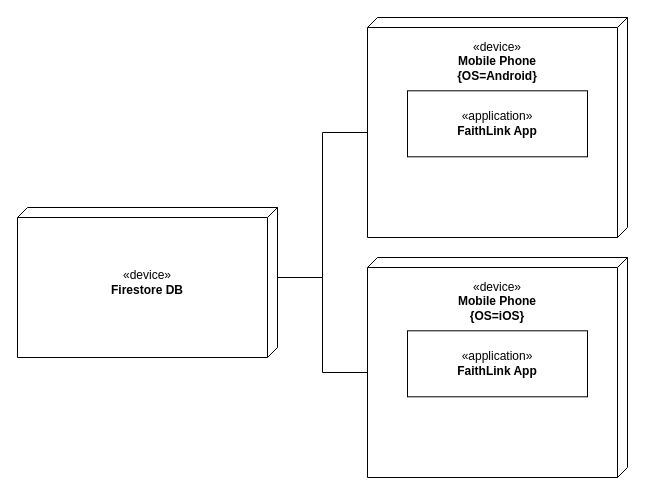
Before: page "Deployment" (1 of 2) of docs/wiki/DesignLab1.drawio in IsaiahSavage/faithlink-mvp, a draw.io diagram. Source tidied: cells renumbered, new cells numbered last; positions are measured from the earlier drawing's top-left corner, leaving out a move shared by most shapes. Both pictures are drawn from the tidied source at 100%, with x=0, y=0 at pixel (17, 17).
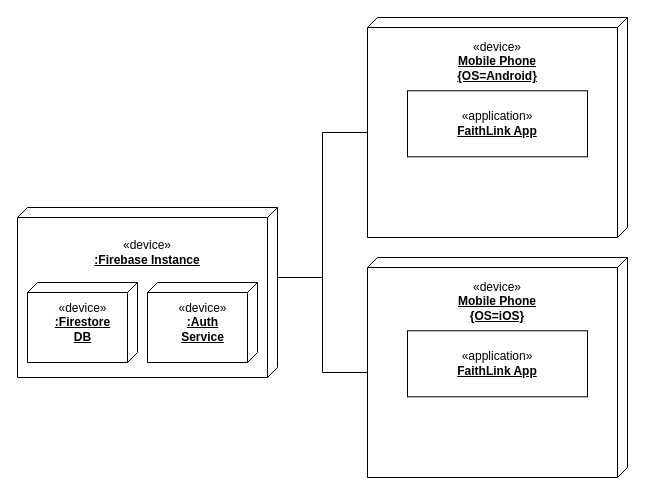
After the change.

Commit message:
include firebase auth service in deployment diagram

Unchanged cells that the change refers to:
```xml
<mxCell id="5" style="group;" parent="1" vertex="1">
  <mxGeometry x="350" width="260" height="220" as="geometry" />
</mxCell>
<mxCell id="9" style="group;" parent="1" vertex="1">
  <mxGeometry x="350" y="240" width="260" height="220" as="geometry" />
</mxCell>
```

What changed in the source:
```diff
@@
-    <mxCell id="2" style="group;" parent="1" vertex="1">
-      <mxGeometry y="190" width="260" height="150" as="geometry" />
+    <mxCell id="2" style="group;fontStyle=4;" parent="1" vertex="1">
+      <mxGeometry y="190" width="260" height="210" as="geometry" />
     </mxCell>
     <mxCell id="3" style="verticalAlign=top;align=left;spacingTop=8;spacingLeft=2;spacingRight=12;shape=cube;size=10;direction=south;fontStyle=4;html=1;rounded=0;shadow=0;comic=0;labelBackgroundColor=none;strokeWidth=1;fontFamily=Verdana;fontSize=12;" parent="2" vertex="1">
-      <mxGeometry width="260" height="150" as="geometry" />
+      <mxGeometry width="260" height="170" as="geometry" />
     </mxCell>
-    <mxCell id="4" value="«device»&lt;br&gt;&lt;b&gt;Firestore DB&lt;/b&gt;" style="html=1;whiteSpace=wrap;strokeColor=none;" parent="2" vertex="1">
-      <mxGeometry x="75" y="50" width="110" height="50" as="geometry" />
+    <mxCell id="4" value="«device»&lt;br&gt;&lt;b&gt;&lt;u&gt;:Firebase Instance&lt;/u&gt;&lt;/b&gt;" style="html=1;whiteSpace=wrap;strokeColor=none;" parent="2" vertex="1">
+      <mxGeometry x="75" y="20" width="110" height="50" as="geometry" />
     </mxCell>
+    <mxCell id="15" style="group;" parent="2" vertex="1">
+      <mxGeometry x="10" y="75" width="110" height="80" as="geometry" />
+    </mxCell>
+    <mxCell id="16" style="verticalAlign=top;align=left;spacingTop=8;spacingLeft=2;spacingRight=12;shape=cube;size=10;direction=south;fontStyle=4;html=1;rounded=0;shadow=0;comic=0;labelBackgroundColor=none;strokeWidth=1;fontFamily=Verdana;fontSize=12;" parent="15" vertex="1">
+      <mxGeometry width="110" height="80" as="geometry" />
+    </mxCell>
+    <mxCell id="17" value="«device»&lt;br&gt;&lt;b&gt;&lt;u&gt;:Firestore DB&lt;/u&gt;&lt;/b&gt;" style="html=1;whiteSpace=wrap;strokeColor=none;" parent="15" vertex="1">
+      <mxGeometry x="31.7" y="26.7" width="46.5" height="26.7" as="geometry" />
+    </mxCell>
+    <mxCell id="18" style="group;" parent="2" vertex="1">
+      <mxGeometry x="130" y="75" width="110" height="80" as="geometry" />
+    </mxCell>
+    <mxCell id="19" style="verticalAlign=top;align=left;spacingTop=8;spacingLeft=2;spacingRight=12;shape=cube;size=10;direction=south;fontStyle=4;html=1;rounded=0;shadow=0;comic=0;labelBackgroundColor=none;strokeWidth=1;fontFamily=Verdana;fontSize=12;" parent="18" vertex="1">
+      <mxGeometry width="110" height="80" as="geometry" />
+    </mxCell>
+    <mxCell id="20" value="«device»&lt;br&gt;&lt;b&gt;&lt;u&gt;:Auth Service&lt;/u&gt;&lt;/b&gt;" style="html=1;whiteSpace=wrap;strokeColor=none;" parent="18" vertex="1">
+      <mxGeometry x="31.7" y="26.7" width="46.5" height="26.7" as="geometry" />
+    </mxCell>
@@
-    <mxCell id="7" value="«device»&lt;br&gt;&lt;b&gt;Mobile Phone&lt;/b&gt;&lt;div&gt;&lt;b&gt;{OS=Android}&lt;/b&gt;&lt;/div&gt;" style="html=1;whiteSpace=wrap;strokeColor=none;" parent="5" vertex="1">
+    <mxCell id="7" value="«device»&lt;br&gt;&lt;b&gt;&lt;u&gt;Mobile Phone&lt;/u&gt;&lt;/b&gt;&lt;div&gt;&lt;b&gt;&lt;u&gt;{OS=Android}&lt;/u&gt;&lt;/b&gt;&lt;/div&gt;" style="html=1;whiteSpace=wrap;strokeColor=none;" parent="5" vertex="1">
       <mxGeometry x="75" y="14.7" width="110" height="58.7" as="geometry" />
     </mxCell>
-    <mxCell id="8" value="«application»&lt;br&gt;&lt;b&gt;FaithLink App&lt;/b&gt;" style="html=1;whiteSpace=wrap;" parent="5" vertex="1">
+    <mxCell id="8" value="«application»&lt;br&gt;&lt;b&gt;&lt;u&gt;FaithLink App&lt;/u&gt;&lt;/b&gt;" style="html=1;whiteSpace=wrap;" parent="5" vertex="1">
       <mxGeometry x="40" y="73.3" width="180" height="66" as="geometry" />
     </mxCell>
@@
-    <mxCell id="11" value="«device»&lt;br&gt;&lt;b&gt;Mobile Phone&lt;/b&gt;&lt;div&gt;&lt;b&gt;{OS=iOS}&lt;/b&gt;&lt;/div&gt;" style="html=1;whiteSpace=wrap;strokeColor=none;" parent="9" vertex="1">
+    <mxCell id="11" value="«device»&lt;br&gt;&lt;b&gt;&lt;u&gt;Mobile Phone&lt;/u&gt;&lt;/b&gt;&lt;div&gt;&lt;b&gt;&lt;u&gt;{OS=iOS}&lt;/u&gt;&lt;/b&gt;&lt;/div&gt;" style="html=1;whiteSpace=wrap;strokeColor=none;" parent="9" vertex="1">
       <mxGeometry x="75" y="14.7" width="110" height="58.7" as="geometry" />
     </mxCell>
-    <mxCell id="12" value="«application»&lt;br&gt;&lt;b&gt;FaithLink App&lt;/b&gt;" style="html=1;whiteSpace=wrap;" parent="9" vertex="1">
+    <mxCell id="12" value="«application»&lt;br&gt;&lt;b&gt;&lt;u&gt;FaithLink App&lt;/u&gt;&lt;/b&gt;" style="html=1;whiteSpace=wrap;" parent="9" vertex="1">
       <mxGeometry x="40" y="73.3" width="180" height="66" as="geometry" />
     </mxCell>
```
